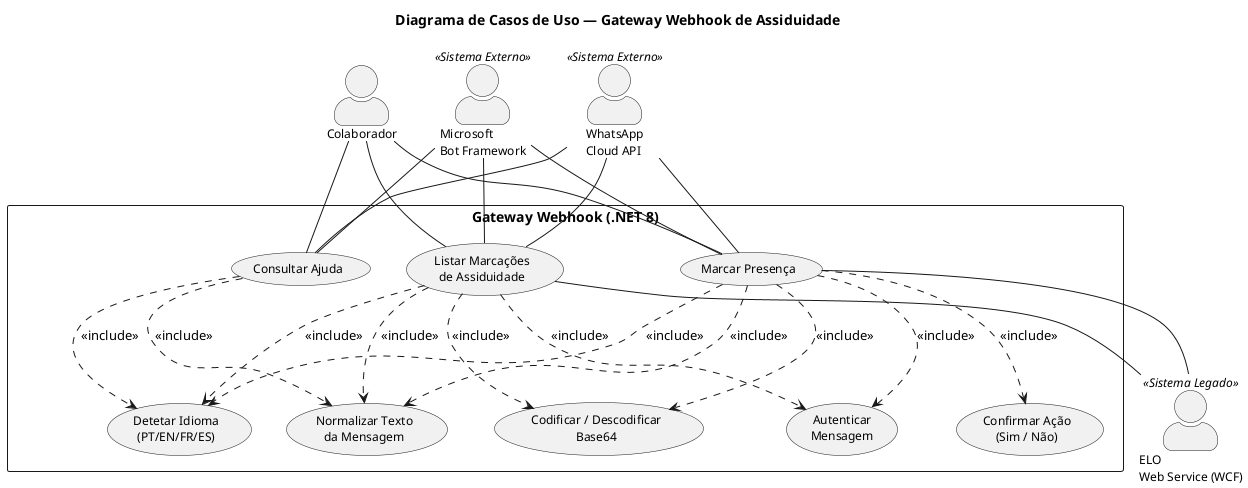
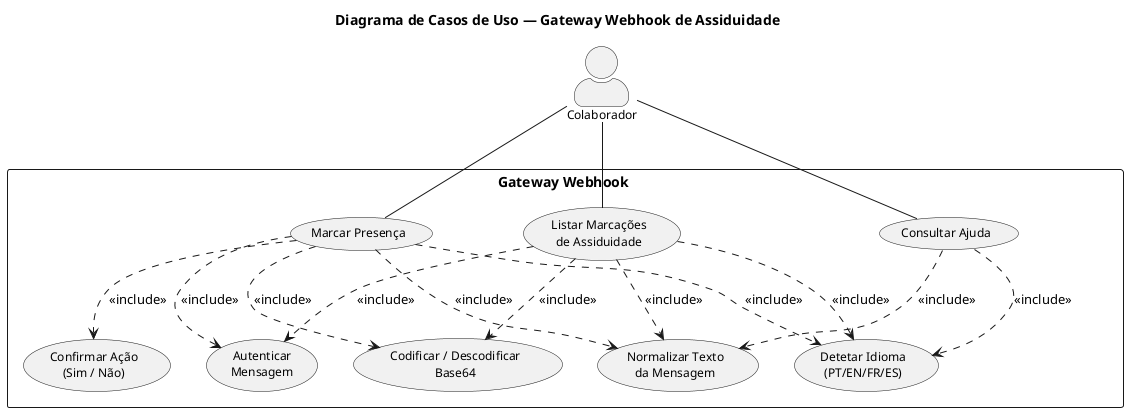
@startuml caso_de_uso
skinparam backgroundColor #FFFFFF
skinparam shadowing false
skinparam defaultFontName "Segoe UI"
skinparam actorStyle awesome
skinparam packageStyle rectangle
skinparam usecaseFontSize 12
skinparam actorFontSize 12

title Diagrama de Casos de Uso — Gateway Webhook de Assiduidade

' ─── Atores ───────────────────────────────────────────────
actor "Colaborador" as user
- actor "WhatsApp\nCloud API" as whatsapp <<Sistema Externo>>
- actor "Microsoft\nBot Framework" as teams <<Sistema Externo>>
- actor "ELO\nWeb Service (WCF)" as elo <<Sistema Legado>>

' ─── Sistema ──────────────────────────────────────────────
- rectangle "Gateway Webhook (.NET 8)" {
+ rectangle "Gateway Webhook " {

    usecase "Marcar Presença" as UC1
    usecase "Listar Marcações\nde Assiduidade" as UC2
    usecase "Consultar Ajuda" as UC3
    usecase "Confirmar Ação\n(Sim / Não)" as UC4

    usecase "Autenticar\nMensagem" as UC5
    usecase "Detetar Idioma\n(PT/EN/FR/ES)" as UC6
    usecase "Codificar / Descodificar\nBase64" as UC7
    usecase "Normalizar Texto\nda Mensagem" as UC8

    ' ─── Relações entre Casos de Uso ──────────────────────
    UC1 ..> UC4 : <<include>>
    UC1 ..> UC5 : <<include>>
    UC1 ..> UC7 : <<include>>
    UC1 ..> UC6 : <<include>>

    UC2 ..> UC5 : <<include>>
    UC2 ..> UC7 : <<include>>
    UC2 ..> UC6 : <<include>>

    UC3 ..> UC6 : <<include>>

    UC1 ..> UC8 : <<include>>
    UC2 ..> UC8 : <<include>>
    UC3 ..> UC8 : <<include>>
}

' ─── Ligações Ator → Caso de Uso ─────────────────────────
user -- UC1
user -- UC2
user -- UC3

- whatsapp -- UC1
- whatsapp -- UC2
- whatsapp -- UC3
- 
- teams -- UC1
- teams -- UC2
- teams -- UC3
- 
- UC1 -- elo
- UC2 -- elo

@enduml
